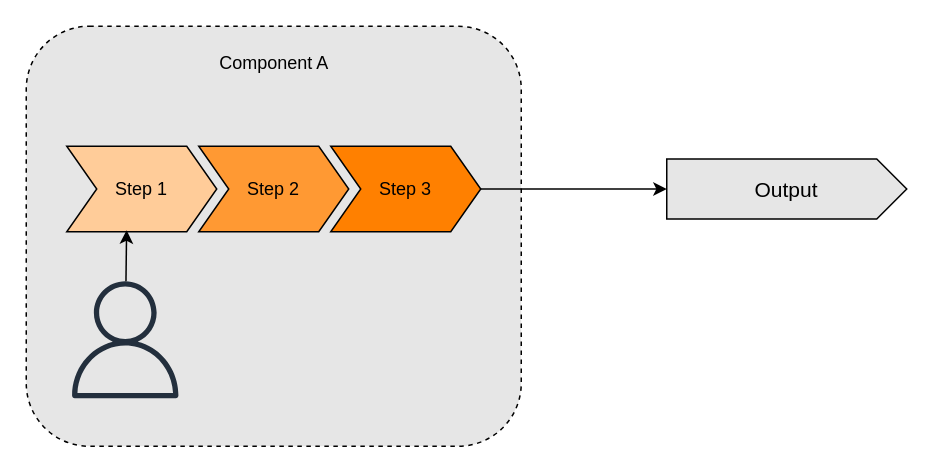
The draw.io diagram page "component-a" (2 of 2) of doc/arc.drawio in rasmushaa/drawio_document_demo_a, before the edit. Source tidied: cells renumbered, new cells numbered last; positions are measured from the earlier drawing's top-left corner, leaving out a move shared by most shapes. Both pictures are drawn from the tidied source at 150%, with x=0, y=0 at pixel (26, 26).
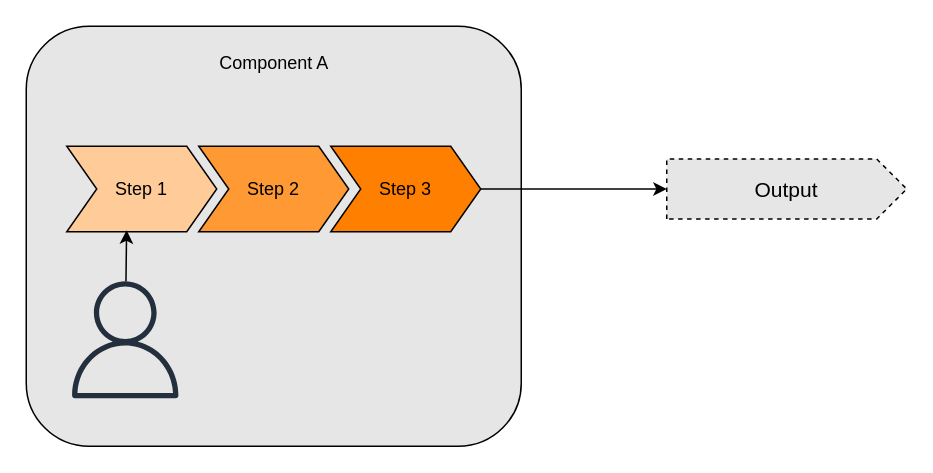
The same page after the edit.

The edit, as a diff of the source:
```diff
@@
 <mxGraphModel>
   <root>
     <mxCell id="0" />
     <mxCell id="1" parent="0" />
-    <mxCell id="2" style="rounded=1;whiteSpace=wrap;html=1;dashed=1;fillColor=#E6E6E6;" parent="1" vertex="1">
+    <mxCell id="2" style="rounded=1;whiteSpace=wrap;html=1;fillColor=#E6E6E6;" parent="1" vertex="1">
       <mxGeometry width="330" height="280" as="geometry" />
     </mxCell>
-    <mxCell id="3" value="Output" style="html=1;shape=mxgraph.infographic.ribbonSimple;notch1=0;notch2=20;align=center;verticalAlign=middle;fontSize=14;fontStyle=0;fillColor=#E6E6E6;whiteSpace=wrap;" parent="1" vertex="1">
+    <mxCell id="3" value="Output" style="html=1;shape=mxgraph.infographic.ribbonSimple;notch1=0;notch2=20;align=center;verticalAlign=middle;fontSize=14;fontStyle=0;fillColor=#E6E6E6;whiteSpace=wrap;dashed=1;" parent="1" vertex="1">
       <mxGeometry x="427" y="88.5" width="160" height="40" as="geometry" />
     </mxCell>
     <mxCell id="4" value="Step 1" style="shape=step;perimeter=stepPerimeter;fixedSize=1;points=[];whiteSpace=wrap;html=1;fillColor=#FFCC99;" parent="1" vertex="1">
       <mxGeometry x="27" y="80" width="100" height="57" as="geometry" />
     </mxCell>
     <mxCell id="5" value="Step 2" style="shape=step;perimeter=stepPerimeter;fixedSize=1;whiteSpace=wrap;html=1;fillColor=#FF9933;" parent="1" vertex="1">
       <mxGeometry x="115" y="80" width="100" height="57" as="geometry" />
     </mxCell>
     <mxCell id="6" value="Step 3" style="shape=step;perimeter=stepPerimeter;fixedSize=1;points=[];whiteSpace=wrap;html=1;fillColor=#FF8000;" parent="1" vertex="1">
       <mxGeometry x="203" y="80" width="100" height="57" as="geometry" />
     </mxCell>
     <mxCell id="7" value="Component A" style="text;html=1;align=center;verticalAlign=middle;strokeColor=none;fillColor=none;" parent="1" vertex="1">
       <mxGeometry x="115" y="10" width="100" height="30" as="geometry" />
     </mxCell>
     <mxCell id="8" style="edgeStyle=none;html=1;entryX=0;entryY=0;entryDx=0;entryDy=20;entryPerimeter=0;" parent="1" edge="1" source="6" target="3">
       <mxGeometry relative="1" as="geometry" />
     </mxCell>
     <mxCell id="9" style="sketch=0;outlineConnect=0;fontColor=#232F3E;gradientColor=none;fillColor=#232F3D;strokeColor=none;dashed=0;verticalLabelPosition=bottom;verticalAlign=top;align=center;html=1;fontSize=12;fontStyle=0;shape=mxgraph.aws4.user;" parent="1" vertex="1">
       <mxGeometry x="27" y="170" width="78" height="78" as="geometry" />
     </mxCell>
     <mxCell id="10" style="edgeStyle=none;html=1;entryX=0.399;entryY=0.982;entryDx=0;entryDy=0;entryPerimeter=0;" parent="1" edge="1" source="9" target="4">
       <mxGeometry relative="1" as="geometry" />
     </mxCell>
   </root>
 </mxGraphModel>
```
